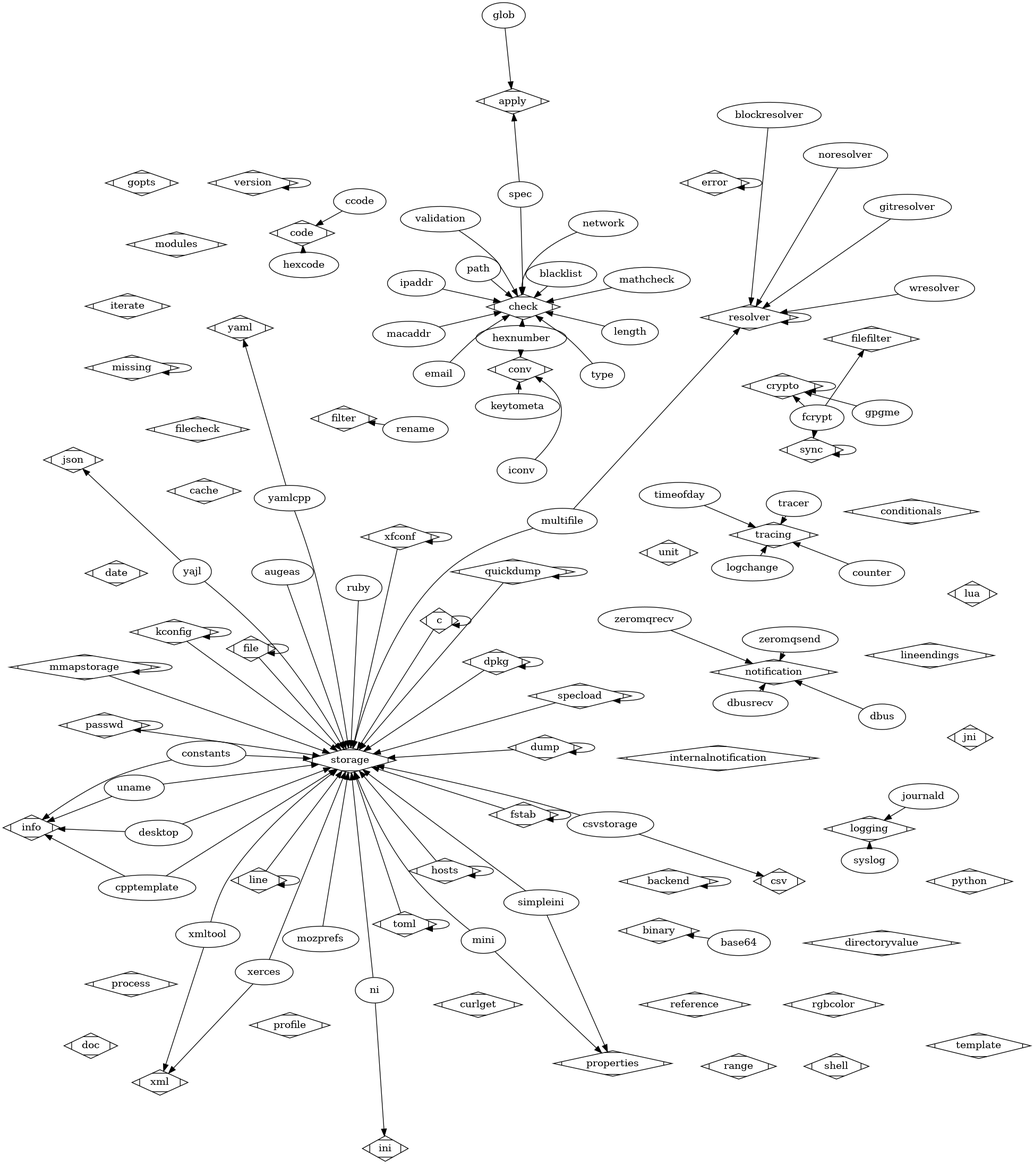
ElektraInitiative/libelektra keeps this Graphviz diagram as doc/images/plugins.png. Above is the earlier version. Its source is kept beside it as doc/images/plugins.dot.
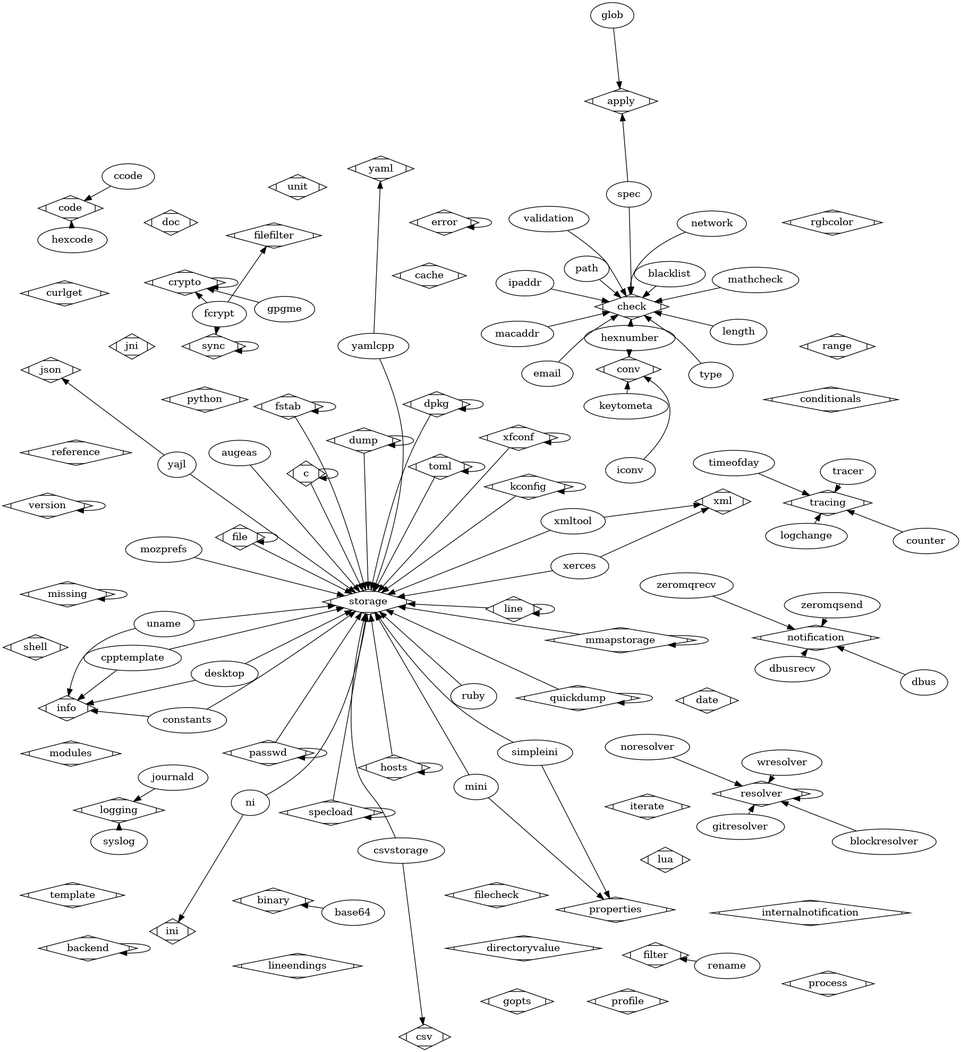
The same file after the commit.

Commit message:
release: regenerate plugins overview picture

Diff of the diagram source:
```diff
@@ -132,10 +132,6 @@
 	modules [shape=Mdiamond];
 	storage [shape=Mdiamond];
 	mozprefs -> storage;
-	resolver [shape=Mdiamond];
-	multifile -> resolver;
-	storage [shape=Mdiamond];
-	multifile -> storage;
 	check [shape=Mdiamond];
 	network -> check;
 	storage [shape=Mdiamond];
```
